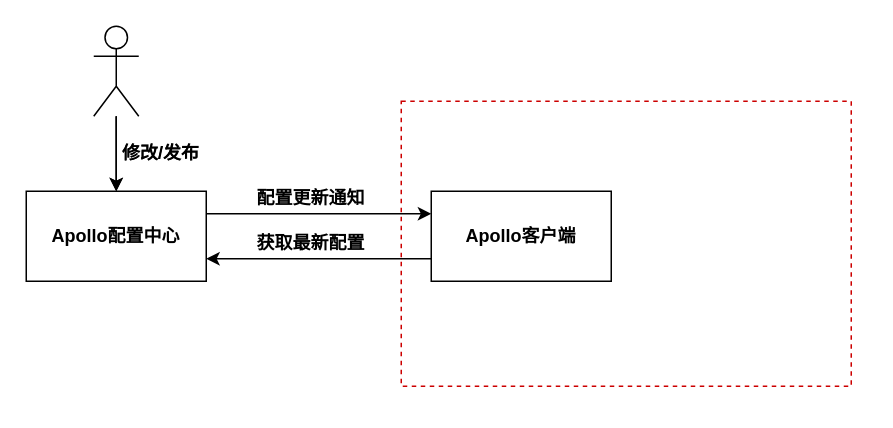
Earlier version of the draw.io diagram 实时配置项热加载.drawio (mineminemine123/work-wiki). Source tidied: cells renumbered, new cells numbered last; positions are measured from the earlier drawing's top-left corner, leaving out a move shared by most shapes. Both pictures are drawn from the tidied source at 150%, with x=0, y=0 at pixel (26, 26).
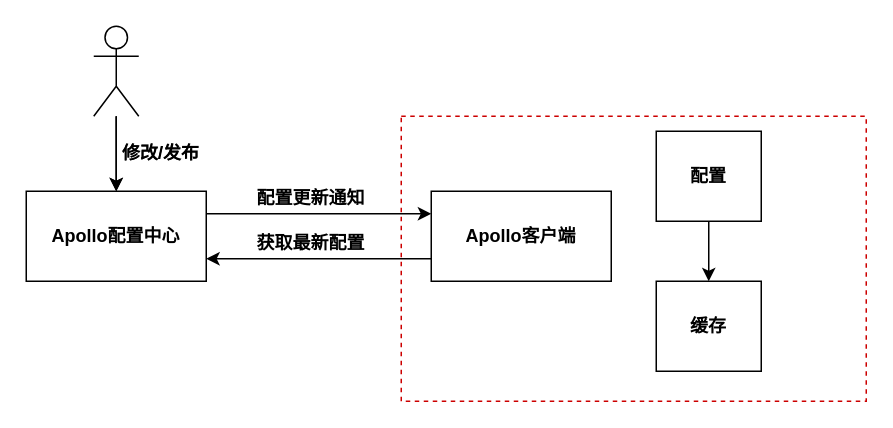
Above is the later version.

Commit message (it also covers changes not shown here):
更新实时配置项热加载.drawio

The edit, as a diff of the source:
```diff
@@
 <mxGraphModel>
   <root>
     <mxCell id="0" />
     <mxCell id="1" parent="0" />
     <mxCell id="2" style="rounded=0;whiteSpace=wrap;html=1;dashed=1;strokeColor=#CC0000;" parent="1" vertex="1">
-      <mxGeometry x="250" y="50" width="300" height="190" as="geometry" />
+      <mxGeometry x="250" y="60" width="310" height="190" as="geometry" />
     </mxCell>
     <mxCell id="3" style="edgeStyle=orthogonalEdgeStyle;rounded=0;jettySize=auto;html=1;exitX=1;exitY=0.25;exitDx=0;exitDy=0;entryX=0;entryY=0.25;entryDx=0;entryDy=0;" parent="1" edge="1" source="4" target="6">
       <mxGeometry relative="1" as="geometry" />
     </mxCell>
     <mxCell id="4" value="&lt;h4&gt;Apollo配置中心&lt;/h4&gt;" style="rounded=0;whiteSpace=wrap;html=1;" parent="1" vertex="1">
       <mxGeometry y="110" width="120" height="60" as="geometry" />
     </mxCell>
     <mxCell id="5" style="edgeStyle=orthogonalEdgeStyle;rounded=0;jettySize=auto;html=1;exitX=0;exitY=0.75;exitDx=0;exitDy=0;entryX=1;entryY=0.75;entryDx=0;entryDy=0;" parent="1" edge="1" source="6" target="4">
       <mxGeometry relative="1" as="geometry" />
     </mxCell>
     <mxCell id="6" value="&lt;h4&gt;Apollo客户端&lt;/h4&gt;" style="rounded=0;whiteSpace=wrap;html=1;" parent="1" vertex="1">
       <mxGeometry x="270" y="110" width="120" height="60" as="geometry" />
     </mxCell>
     <mxCell id="7" style="edgeStyle=orthogonalEdgeStyle;rounded=0;jettySize=auto;html=1;" parent="1" edge="1" source="9" target="4">
       <mxGeometry relative="1" as="geometry" />
     </mxCell>
     <mxCell id="8" style="edgeStyle=orthogonalEdgeStyle;rounded=0;jettySize=auto;html=1;" parent="1" edge="1" source="9" target="4">
       <mxGeometry relative="1" as="geometry" />
     </mxCell>
     <mxCell id="9" style="shape=umlActor;verticalLabelPosition=bottom;verticalAlign=top;html=1;outlineConnect=0;" parent="1" vertex="1">
       <mxGeometry x="45" width="30" height="60" as="geometry" />
     </mxCell>
     <mxCell id="10" value="修改/发布" style="text;html=1;strokeColor=none;fillColor=none;align=center;verticalAlign=middle;whiteSpace=wrap;rounded=0;" parent="1" vertex="1">
       <mxGeometry x="60" y="70" width="60" height="30" as="geometry" />
     </mxCell>
     <mxCell id="11" value="&lt;h4&gt;配置更新通知&lt;/h4&gt;" style="text;html=1;strokeColor=none;fillColor=none;align=center;verticalAlign=middle;whiteSpace=wrap;rounded=0;" parent="1" vertex="1">
       <mxGeometry x="150" y="100" width="80" height="30" as="geometry" />
     </mxCell>
     <mxCell id="12" value="&lt;h4&gt;获取最新配置&lt;/h4&gt;" style="text;html=1;strokeColor=none;fillColor=none;align=center;verticalAlign=middle;whiteSpace=wrap;rounded=0;" parent="1" vertex="1">
       <mxGeometry x="150" y="130" width="80" height="30" as="geometry" />
     </mxCell>
     <mxCell id="13" value="&lt;h4&gt;修改/发布&lt;/h4&gt;" style="text;html=1;strokeColor=none;fillColor=none;align=center;verticalAlign=middle;whiteSpace=wrap;rounded=0;" parent="1" vertex="1">
       <mxGeometry x="60" y="70" width="60" height="30" as="geometry" />
     </mxCell>
+    <mxCell id="14" style="edgeStyle=orthogonalEdgeStyle;rounded=0;jettySize=auto;html=1;exitX=0.5;exitY=1;exitDx=0;exitDy=0;entryX=0.5;entryY=0;entryDx=0;entryDy=0;" parent="1" edge="1" source="15" target="16">
+      <mxGeometry relative="1" as="geometry" />
+    </mxCell>
+    <mxCell id="15" value="&lt;h4&gt;配置&lt;/h4&gt;" style="rounded=0;whiteSpace=wrap;html=1;" parent="1" vertex="1">
+      <mxGeometry x="420" y="70" width="70" height="60" as="geometry" />
+    </mxCell>
+    <mxCell id="16" value="&lt;h4&gt;缓存&lt;/h4&gt;" style="rounded=0;whiteSpace=wrap;html=1;" parent="1" vertex="1">
+      <mxGeometry x="420" y="170" width="70" height="60" as="geometry" />
+    </mxCell>
   </root>
 </mxGraphModel>
```
